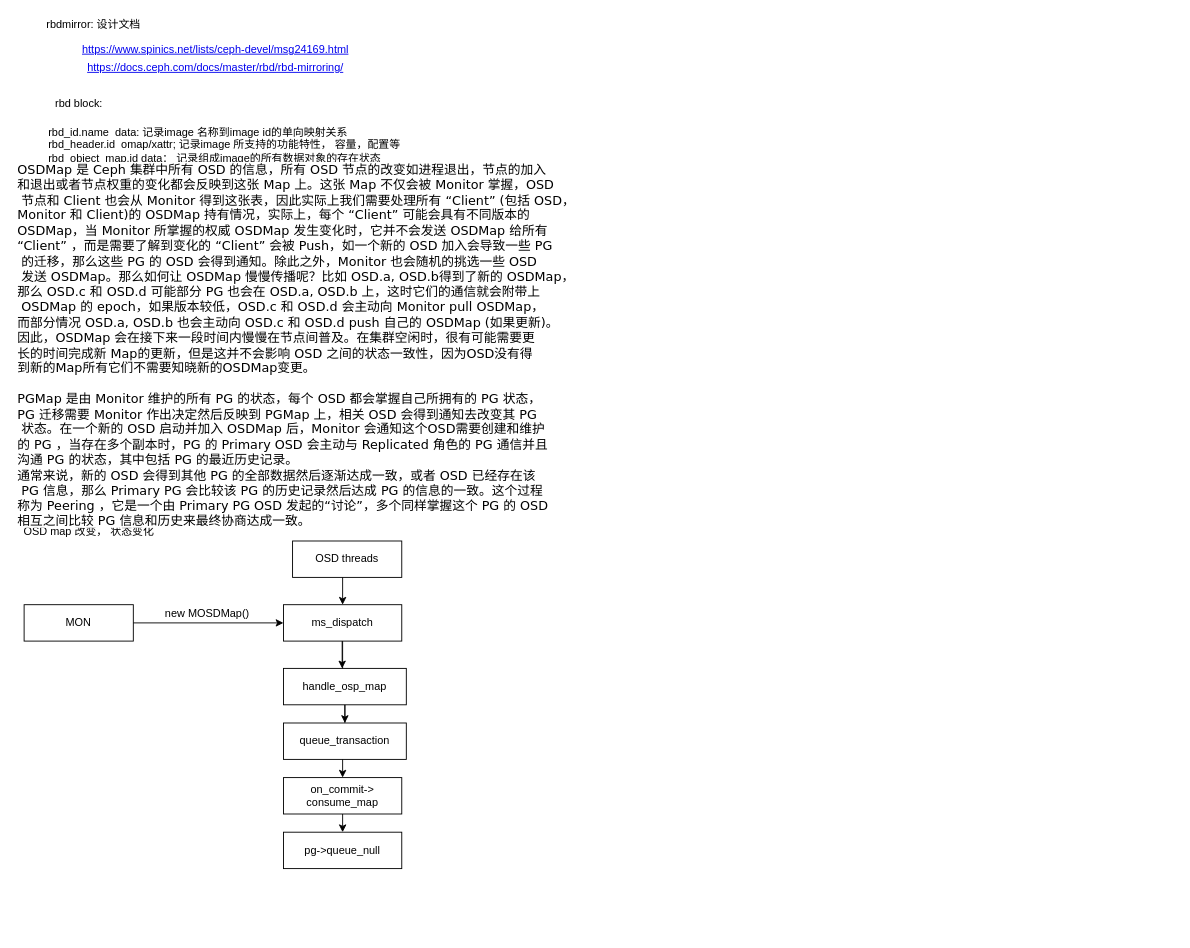
ChenFanTony/ceph-diagrams keeps this draw.io diagram as page "osd pg transaction" (4 of 5) of Untitled Diagram.drawio. Above is the earlier version. Source tidied: cells renumbered, new cells numbered last; positions are measured from the earlier drawing's top-left corner, leaving out a move shared by most shapes. Both pictures are drawn from the tidied source at 91%, with x=0, y=0 at pixel (15, 15).
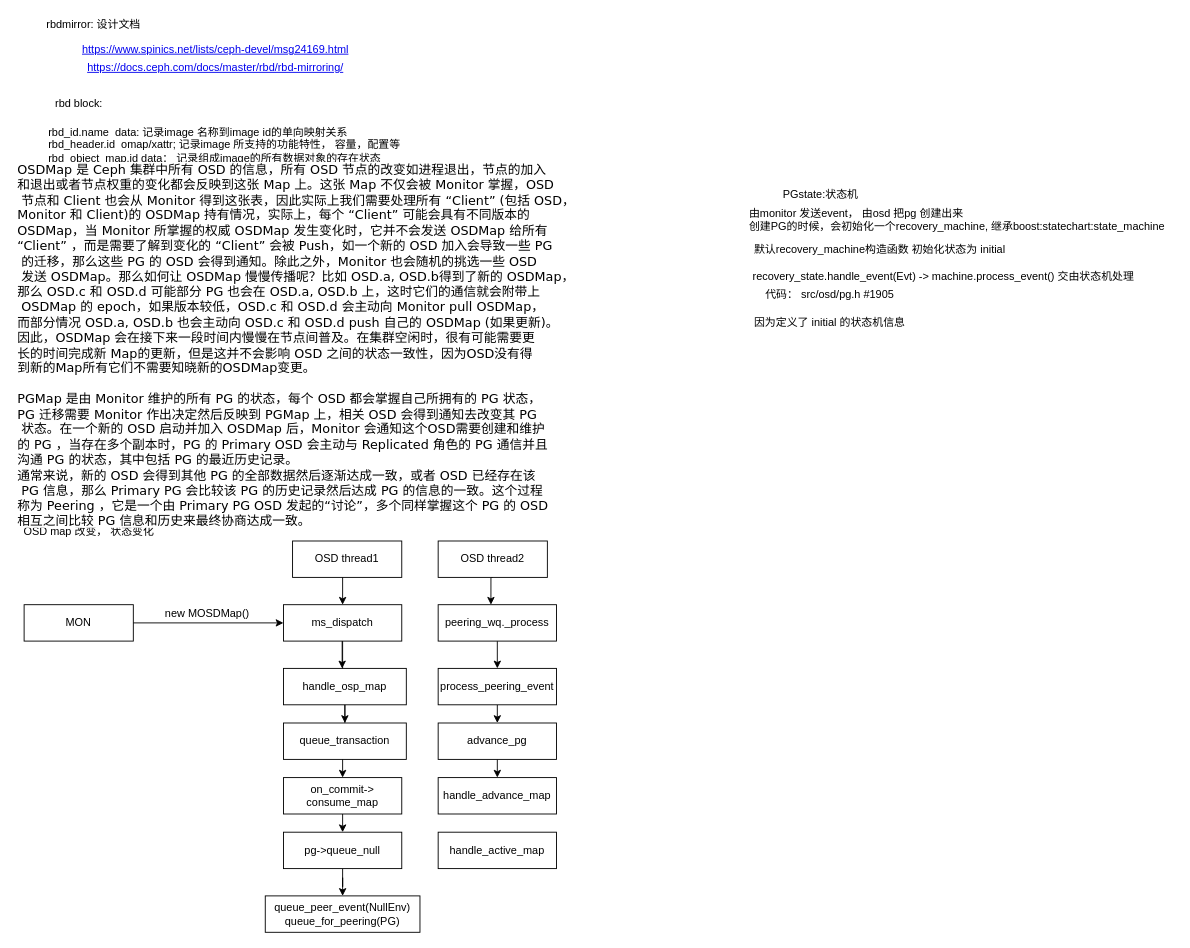
The same page after the edit.

The change refers to these unchanged cells:
```xml
<mxCell id="21" value="pg-&amp;gt;queue_null" style="rounded=0;whiteSpace=wrap;html=1;" parent="1" vertex="1">
  <mxGeometry x="294" y="897" width="130" height="40" as="geometry" />
</mxCell>
```

The edit, as a diff of the source:
```diff
@@
-    <mxCell id="12" value="OSD threads" style="rounded=0;whiteSpace=wrap;html=1;" parent="1" vertex="1">
+    <mxCell id="12" value="OSD thread1" style="rounded=0;whiteSpace=wrap;html=1;" parent="1" vertex="1">
       <mxGeometry x="304" y="577" width="120" height="40" as="geometry" />
     </mxCell>
@@
+    <mxCell id="23" style="edgeStyle=orthogonalEdgeStyle;rounded=0;jettySize=auto;html=1;exitX=0.5;exitY=1;exitDx=0;exitDy=0;" parent="1" edge="1" source="21" target="24">
+      <mxGeometry relative="1" as="geometry" />
+    </mxCell>
@@
+    <mxCell id="24" value="queue_peer_event(NullEnv)&lt;br&gt;queue_for_peering(PG)" style="rounded=0;whiteSpace=wrap;html=1;" parent="1" vertex="1">
+      <mxGeometry x="274" y="967" width="170" height="40" as="geometry" />
+    </mxCell>
+    <mxCell id="25" style="edgeStyle=orthogonalEdgeStyle;rounded=0;jettySize=auto;html=1;exitX=0.5;exitY=1;exitDx=0;exitDy=0;entryX=0.5;entryY=0;entryDx=0;entryDy=0;" parent="1" edge="1" source="26" target="30">
+      <mxGeometry relative="1" as="geometry" />
+    </mxCell>
+    <mxCell id="26" value="peering_wq._process" style="rounded=0;whiteSpace=wrap;html=1;" parent="1" vertex="1">
+      <mxGeometry x="464" y="647" width="130" height="40" as="geometry" />
+    </mxCell>
+    <mxCell id="27" style="edgeStyle=orthogonalEdgeStyle;rounded=0;jettySize=auto;html=1;exitX=0.5;exitY=1;exitDx=0;exitDy=0;entryX=0.446;entryY=0;entryDx=0;entryDy=0;entryPerimeter=0;" parent="1" edge="1" source="28" target="26">
+      <mxGeometry relative="1" as="geometry" />
+    </mxCell>
+    <mxCell id="28" value="OSD thread2" style="rounded=0;whiteSpace=wrap;html=1;" parent="1" vertex="1">
+      <mxGeometry x="464" y="577" width="120" height="40" as="geometry" />
+    </mxCell>
+    <mxCell id="29" style="edgeStyle=orthogonalEdgeStyle;rounded=0;jettySize=auto;html=1;exitX=0.5;exitY=1;exitDx=0;exitDy=0;entryX=0.5;entryY=0;entryDx=0;entryDy=0;" parent="1" edge="1" source="30" target="32">
+      <mxGeometry relative="1" as="geometry" />
+    </mxCell>
+    <mxCell id="30" value="process_peering_event" style="rounded=0;whiteSpace=wrap;html=1;" parent="1" vertex="1">
+      <mxGeometry x="464" y="717" width="130" height="40" as="geometry" />
+    </mxCell>
+    <mxCell id="31" style="edgeStyle=orthogonalEdgeStyle;rounded=0;jettySize=auto;html=1;exitX=0.5;exitY=1;exitDx=0;exitDy=0;entryX=0.5;entryY=0;entryDx=0;entryDy=0;" parent="1" edge="1" source="32" target="33">
+      <mxGeometry relative="1" as="geometry" />
+    </mxCell>
+    <mxCell id="32" value="advance_pg" style="rounded=0;whiteSpace=wrap;html=1;" parent="1" vertex="1">
+      <mxGeometry x="464" y="777" width="130" height="40" as="geometry" />
+    </mxCell>
+    <mxCell id="33" value="handle_advance_map" style="rounded=0;whiteSpace=wrap;html=1;" parent="1" vertex="1">
+      <mxGeometry x="464" y="837" width="130" height="40" as="geometry" />
+    </mxCell>
+    <mxCell id="34" value="handle_active_map" style="rounded=0;whiteSpace=wrap;html=1;" parent="1" vertex="1">
+      <mxGeometry x="464" y="897" width="130" height="40" as="geometry" />
+    </mxCell>
+    <mxCell id="35" value="PGstate:状态机" style="text;html=1;align=center;verticalAlign=middle;" parent="1" vertex="1">
+      <mxGeometry x="834" y="187" width="100" height="20" as="geometry" />
+    </mxCell>
+    <mxCell id="36" value="由monitor 发送event， 由osd 把pg 创建出来&lt;br&gt;创建PG的时候，会初始化一个recovery_machine, 继承boost:statechart:state_machine" style="text;html=1;align=left;verticalAlign=middle;" parent="1" vertex="1">
+      <mxGeometry x="804" y="209" width="470" height="30" as="geometry" />
+    </mxCell>
+    <mxCell id="37" value="默认recovery_machine构造函数 初始化状态为 initial" style="text;html=1;align=center;verticalAlign=middle;" parent="1" vertex="1">
+      <mxGeometry x="804" y="247" width="290" height="20" as="geometry" />
+    </mxCell>
+    <mxCell id="38" value="recovery_state.handle_event(Evt) -&amp;gt; machine.process_event() 交由状态机处理" style="text;html=1;align=center;verticalAlign=middle;" parent="1" vertex="1">
+      <mxGeometry x="804" y="277" width="430" height="20" as="geometry" />
+    </mxCell>
+    <mxCell id="39" value="代码： src/osd/pg.h #1905" style="text;html=1;align=center;verticalAlign=middle;" parent="1" vertex="1">
+      <mxGeometry x="814" y="297" width="160" height="20" as="geometry" />
+    </mxCell>
+    <mxCell id="40" value="因为定义了 initial 的状态机信息" style="text;html=1;align=center;verticalAlign=middle;" parent="1" vertex="1">
+      <mxGeometry x="804" y="327" width="180" height="20" as="geometry" />
+    </mxCell>
```
